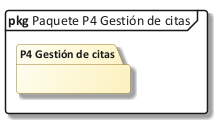
Above: Docs/diagramas/24_paq_p4.png in Kato-001/nova-salud (PlantUML), before the change.
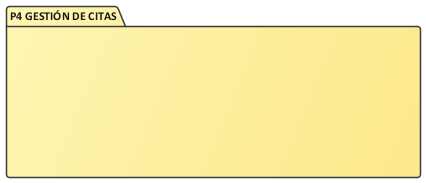
After the change.

Change to the diagram source:
```diff
@@ -1,7 +1,14 @@
 @startuml 24_paq_p4
 !include C:/Users/Sergio Estaca Paco/Desktop/HeadSalud/Docs/diagramas/estilo_ea.iuml
-mainframe **pkg** Paquete P4 Gestión de citas
-skinparam packageStyle folder
-package "P4 Gestión de citas" as PK {
+skinparam PackageBackgroundColor #FFF6B3/#FDE98A
+skinparam shadowing false
+package "P4 GESTIÓN DE CITAS" as PK {
+  skinparam rectangle<<oculto>> {
+    BackgroundColor transparent
+    BorderColor transparent
+    StereotypeFontSize 0
+    shadowing false
+  }
+  rectangle "<size:40>                                        </size>\n\n\n" <<oculto>> as X
 }
 @enduml
```
